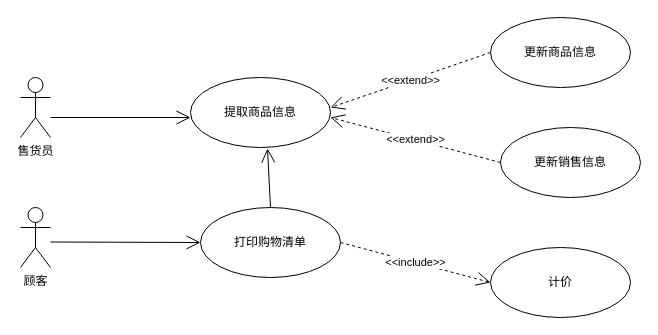
Above: page "销售管理子系统用例" (3 of 5) of 用例图.drawio in KoterRomanov/UML (draw.io), before the change. Source tidied: cells renumbered, new cells numbered last; positions are measured from the earlier drawing's top-left corner, leaving out a move shared by most shapes. Both pictures are drawn from the tidied source at 100%, with x=0, y=0 at pixel (20, 17).
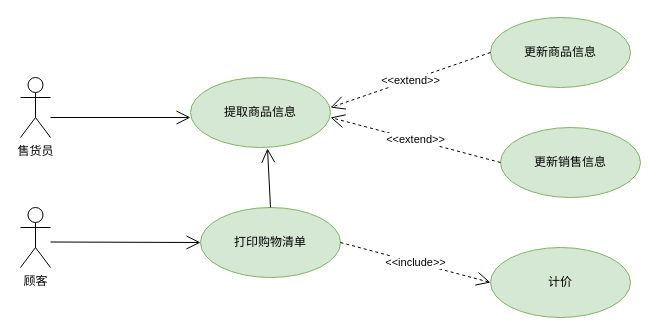
Above is the later version.

What changed in the source:
```diff
@@
 <mxGraphModel>
   <root>
     <mxCell id="0" />
     <mxCell id="1" parent="0" />
     <mxCell id="2" value="售货员" style="shape=umlActor;verticalLabelPosition=bottom;verticalAlign=top;html=1;" parent="1" vertex="1">
       <mxGeometry y="60" width="30" height="60" as="geometry" />
     </mxCell>
     <mxCell id="3" value="顾客" style="shape=umlActor;verticalLabelPosition=bottom;verticalAlign=top;html=1;" parent="1" vertex="1">
       <mxGeometry y="190" width="30" height="60" as="geometry" />
     </mxCell>
-    <mxCell id="4" value="提取商品信息" style="ellipse;whiteSpace=wrap;html=1;" parent="1" vertex="1">
+    <mxCell id="4" value="提取商品信息" style="ellipse;whiteSpace=wrap;html=1;fillColor=#d5e8d4;strokeColor=#82b366;" parent="1" vertex="1">
       <mxGeometry x="170" y="60" width="140" height="70" as="geometry" />
     </mxCell>
-    <mxCell id="5" value="更新商品信息" style="ellipse;whiteSpace=wrap;html=1;" parent="1" vertex="1">
+    <mxCell id="5" value="更新商品信息" style="ellipse;whiteSpace=wrap;html=1;fillColor=#d5e8d4;strokeColor=#82b366;" parent="1" vertex="1">
       <mxGeometry x="470" width="140" height="70" as="geometry" />
     </mxCell>
     <mxCell id="6" style="endArrow=open;endFill=1;endSize=12;html=1;rounded=0;" parent="1" edge="1">
       <mxGeometry relative="1" as="geometry">
         <mxPoint x="30" y="100" as="sourcePoint" />
         <mxPoint x="170" y="100" as="targetPoint" />
       </mxGeometry>
     </mxCell>
     <mxCell id="7" value="&amp;lt;&amp;lt;extend&amp;gt;&amp;gt;" style="endArrow=open;endSize=12;dashed=1;html=1;rounded=0;exitX=0;exitY=0.5;exitDx=0;exitDy=0;entryX=1;entryY=0.429;entryDx=0;entryDy=0;entryPerimeter=0;" parent="1" edge="1" source="5" target="4">
       <mxGeometry relative="1" as="geometry" />
     </mxCell>
-    <mxCell id="8" value="更新销售信息" style="ellipse;whiteSpace=wrap;html=1;" parent="1" vertex="1">
+    <mxCell id="8" value="更新销售信息" style="ellipse;whiteSpace=wrap;html=1;fillColor=#d5e8d4;strokeColor=#82b366;" parent="1" vertex="1">
       <mxGeometry x="480" y="110" width="140" height="70" as="geometry" />
     </mxCell>
     <mxCell id="9" value="&amp;lt;&amp;lt;extend&amp;gt;&amp;gt;" style="endArrow=open;endSize=12;dashed=1;html=1;rounded=0;exitX=0;exitY=0.5;exitDx=0;exitDy=0;entryX=1;entryY=0.571;entryDx=0;entryDy=0;entryPerimeter=0;" parent="1" edge="1" source="8" target="4">
       <mxGeometry relative="1" as="geometry" />
     </mxCell>
-    <mxCell id="10" value="打印购物清单" style="ellipse;whiteSpace=wrap;html=1;" parent="1" vertex="1">
+    <mxCell id="10" value="打印购物清单" style="ellipse;whiteSpace=wrap;html=1;fillColor=#d5e8d4;strokeColor=#82b366;" parent="1" vertex="1">
       <mxGeometry x="180" y="190" width="140" height="70" as="geometry" />
     </mxCell>
     <mxCell id="11" style="endArrow=open;endFill=1;endSize=12;html=1;rounded=0;entryX=0;entryY=0.5;entryDx=0;entryDy=0;" parent="1" edge="1" target="10">
       <mxGeometry relative="1" as="geometry">
         <mxPoint x="30" y="224.5" as="sourcePoint" />
       </mxGeometry>
     </mxCell>
     <mxCell id="12" style="endArrow=open;endFill=1;endSize=12;html=1;rounded=0;exitX=0.5;exitY=0;exitDx=0;exitDy=0;entryX=0.55;entryY=1.014;entryDx=0;entryDy=0;entryPerimeter=0;" parent="1" edge="1" source="10" target="4">
       <mxGeometry relative="1" as="geometry" />
     </mxCell>
-    <mxCell id="13" value="计价" style="ellipse;whiteSpace=wrap;html=1;" parent="1" vertex="1">
+    <mxCell id="13" value="计价" style="ellipse;whiteSpace=wrap;html=1;fillColor=#d5e8d4;strokeColor=#82b366;" parent="1" vertex="1">
       <mxGeometry x="470" y="230" width="140" height="70" as="geometry" />
     </mxCell>
     <mxCell id="14" value="&amp;lt;&amp;lt;include&amp;gt;&amp;gt;" style="endArrow=open;endSize=12;dashed=1;html=1;rounded=0;exitX=1;exitY=0.5;exitDx=0;exitDy=0;entryX=0;entryY=0.5;entryDx=0;entryDy=0;" parent="1" edge="1" source="10" target="13">
       <mxGeometry relative="1" as="geometry" />
     </mxCell>
   </root>
 </mxGraphModel>
```
